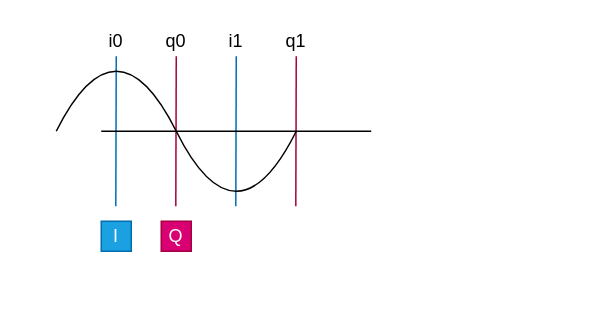
This is figures/iq_2.drawio from perlindgren/iq-sample, a draw.io file, before an edit. Source tidied: cells renumbered, new cells numbered last; positions are measured from the earlier drawing's top-left corner, leaving out a move shared by most shapes. Both pictures are drawn from the tidied source at 150%, with x=0, y=0 at pixel (56, 10).
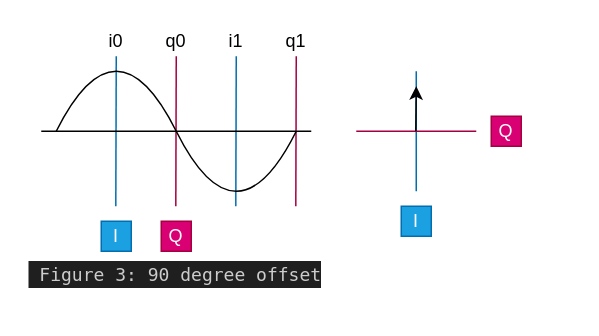
After the change.

The edit, as a diff of the source:
```diff
@@
     <mxCell id="13" style="endArrow=none;html=1;rounded=0;" parent="1" edge="1">
       <mxGeometry relative="1" as="geometry">
-        <mxPoint x="30" y="80" as="sourcePoint" />
-        <mxPoint x="210" y="80" as="targetPoint" />
+        <mxPoint x="-10" y="80" as="sourcePoint" />
+        <mxPoint x="170" y="80" as="targetPoint" />
       </mxGeometry>
     </mxCell>
+    <mxCell id="14" style="endArrow=none;html=1;rounded=0;fillColor=#1ba1e2;strokeColor=#006EAF;" parent="1" edge="1">
+      <mxGeometry relative="1" as="geometry">
+        <mxPoint x="240" y="120" as="sourcePoint" />
+        <mxPoint x="240" y="40" as="targetPoint" />
+      </mxGeometry>
+    </mxCell>
+    <mxCell id="15" value="Q" style="text;html=1;align=center;verticalAlign=middle;whiteSpace=wrap;rounded=0;fillColor=#d80073;fontColor=#ffffff;strokeColor=#A50040;" parent="1" vertex="1">
+      <mxGeometry x="290" y="70" width="20" height="20" as="geometry" />
+    </mxCell>
+    <mxCell id="16" style="endArrow=none;html=1;rounded=0;fillColor=#d80073;strokeColor=#A50040;" parent="1" edge="1">
+      <mxGeometry relative="1" as="geometry">
+        <mxPoint x="200" y="80" as="sourcePoint" />
+        <mxPoint x="280" y="80" as="targetPoint" />
+      </mxGeometry>
+    </mxCell>
+    <mxCell id="17" value="I" style="text;html=1;align=center;verticalAlign=middle;whiteSpace=wrap;rounded=0;fillColor=#1ba1e2;fontColor=#ffffff;strokeColor=#006EAF;" parent="1" vertex="1">
+      <mxGeometry x="230" y="130" width="20" height="20" as="geometry" />
+    </mxCell>
+    <mxCell id="18" style="endArrow=classic;html=1;rounded=0;" parent="1" edge="1">
+      <mxGeometry relative="1" as="geometry">
+        <mxPoint x="239.7" y="80" as="sourcePoint" />
+        <mxPoint x="240" y="50" as="targetPoint" />
+      </mxGeometry>
+    </mxCell>
+    <mxCell id="19" value="&lt;div style=&quot;color: rgb(204, 204, 204); background-color: rgb(31, 31, 31); font-family: Menlo, Monaco, &amp;quot;Courier New&amp;quot;, monospace; font-weight: normal; font-size: 12px; line-height: 18px; white-space: pre;&quot;&gt;&lt;div&gt;&lt;span style=&quot;color: rgb(204, 204, 204);&quot;&gt; Figure 3: 90 degree offset&lt;/span&gt;&lt;/div&gt;&lt;/div&gt;" style="text;whiteSpace=wrap;html=1;" parent="1" vertex="1">
+      <mxGeometry x="-20" y="160" width="365" height="40" as="geometry" />
+    </mxCell>
```
